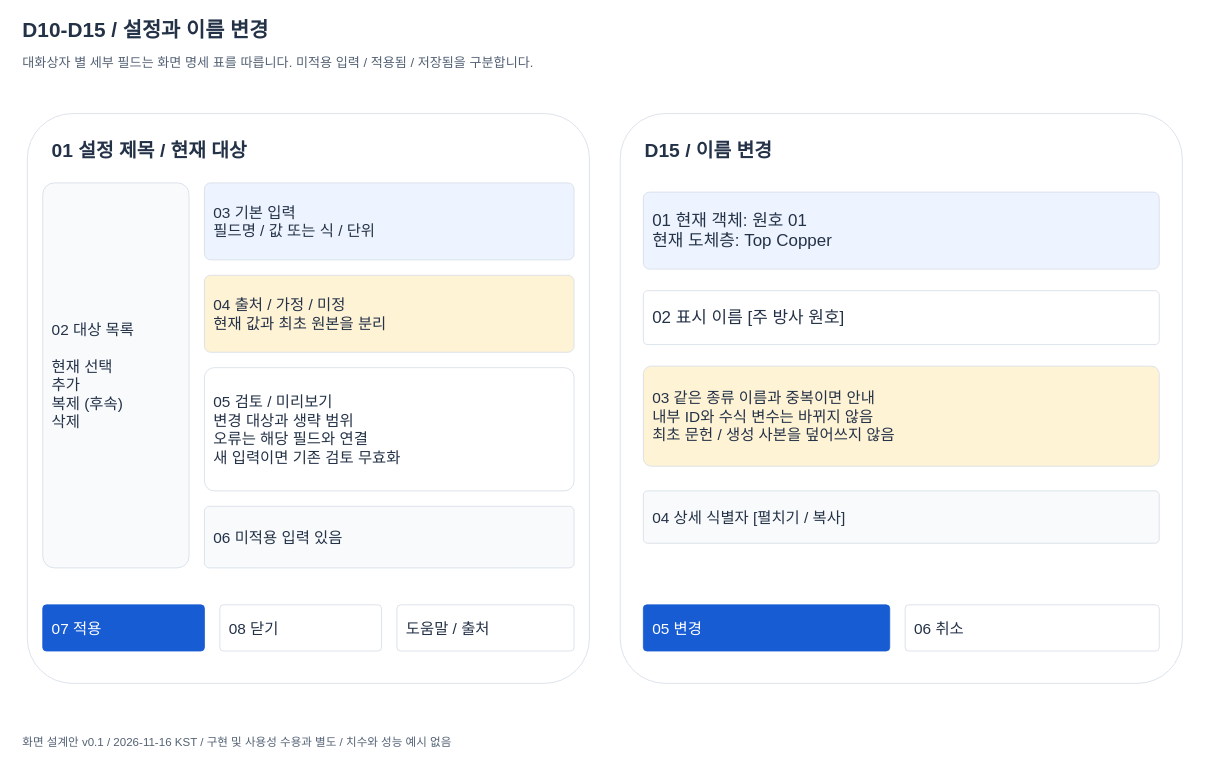
The draw.io diagram Code/docs/screen_design/diagrams/studio-settings.drawio in EIDOSDATA/TraceWave-Studio, before the edit. Source tidied: cells renumbered, new cells numbered last; positions are measured from the earlier drawing's top-left corner, leaving out a move shared by most shapes. Both pictures are drawn from the tidied source at 77%, with x=0, y=0 at pixel (13, 13).
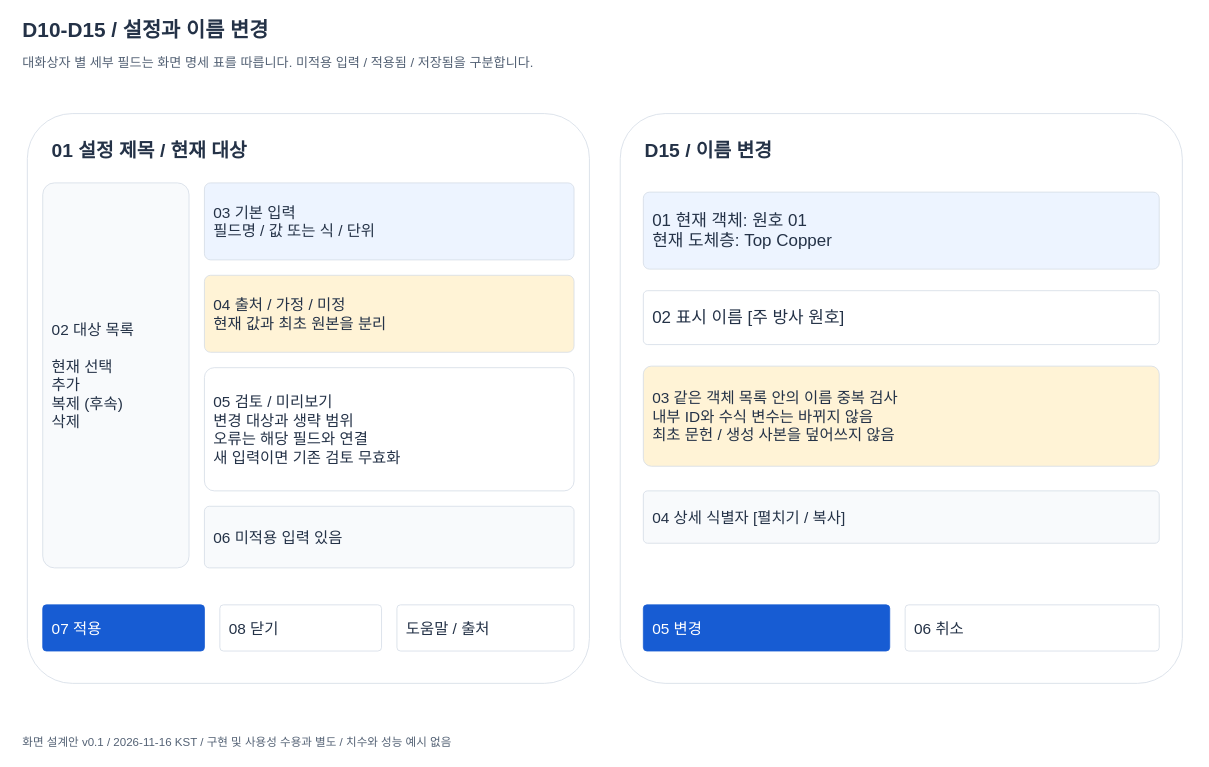
The same diagram, later.

What changed in the source:
```diff
@@
-    <mxCell id="19" value="03  같은 종류 이름과 중복이면 안내&#10;내부 ID와 수식 변수는 바뀌지 않음&#10;최초 문헌 / 생성 사본을 덮어쓰지 않음" style="rounded=1;arcSize=8;whiteSpace=wrap;html=0;fillColor=#FFF3D6;strokeColor=#D3DBE6;fontFamily=Malgun Gothic;fontSize=20;fontColor=#243247;fontStyle=0;align=left;verticalAlign=middle;spacing=12;" parent="1" vertex="1">
+    <mxCell id="19" value="03  같은 객체 목록 안의 이름 중복 검사&#10;내부 ID와 수식 변수는 바뀌지 않음&#10;최초 문헌 / 생성 사본을 덮어쓰지 않음" style="rounded=1;arcSize=8;whiteSpace=wrap;html=0;fillColor=#FFF3D6;strokeColor=#D3DBE6;fontFamily=Malgun Gothic;fontSize=20;fontColor=#243247;fontStyle=0;align=left;verticalAlign=middle;spacing=12;" parent="1" vertex="1">
       <mxGeometry x="818" y="458" width="670" height="130" as="geometry" />
     </mxCell>
```
